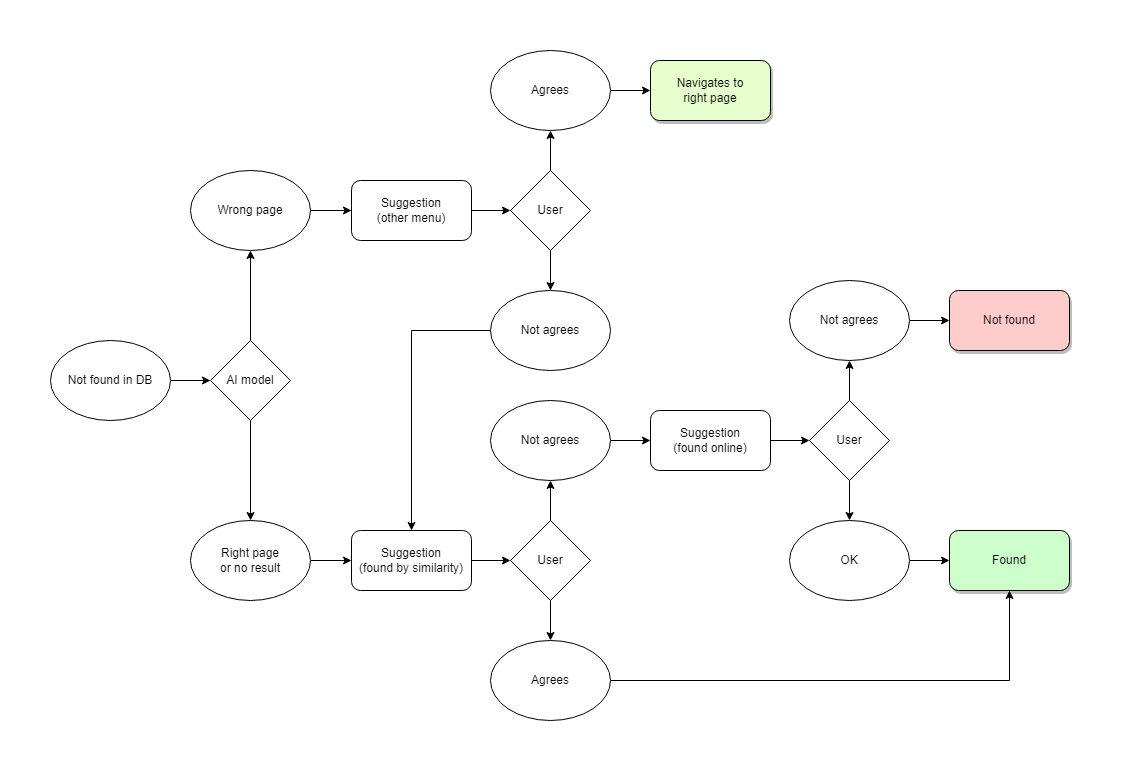
quimifyapp/api keeps this draw.io diagram as doc/inorganic-suggestions.png. Above is the earlier version. Source tidied: cells renumbered, new cells last; positions are measured from the earlier drawing's top-left corner, leaving out a move shared by most shapes.
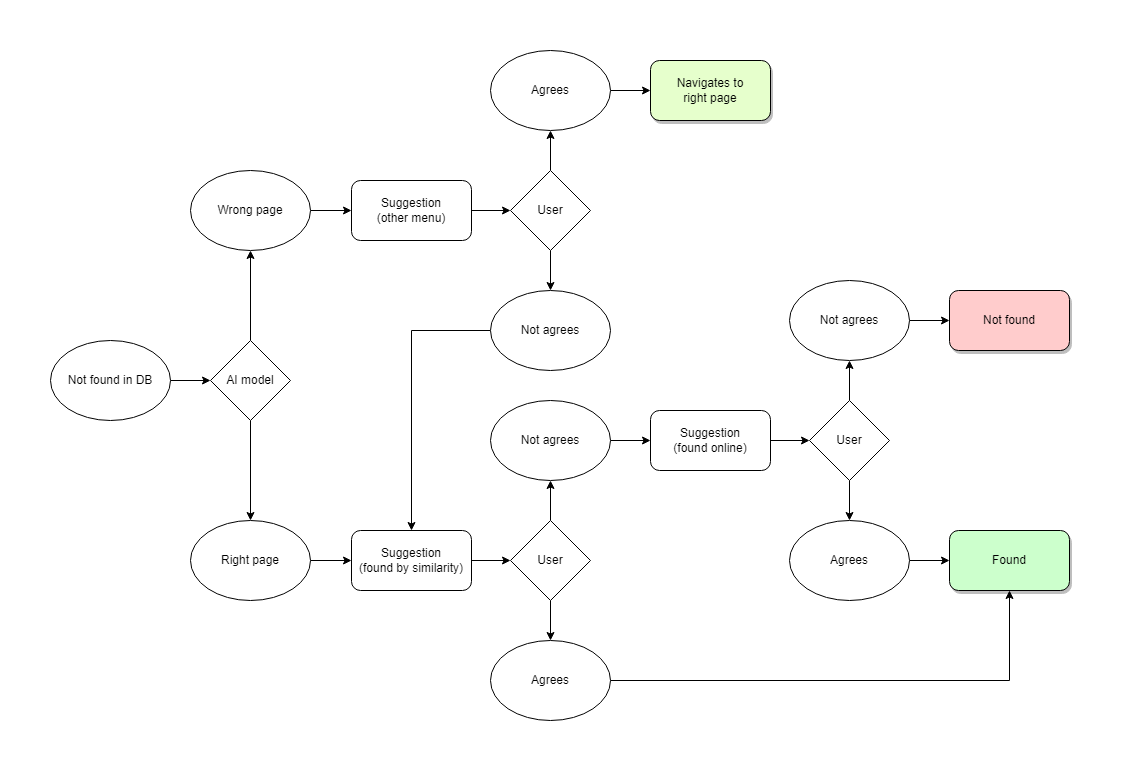
Later version of the same file.

The edit, as a diff of the source:
```diff
@@ -14,7 +14,7 @@
     <mxCell id="5" style="edgeStyle=none;rounded=0;jettySize=auto;html=1;exitX=1;exitY=0.5;exitDx=0;exitDy=0;entryX=0;entryY=0.5;entryDx=0;entryDy=0;" parent="1" edge="1" source="6" target="10">
       <mxGeometry relative="1" as="geometry" />
     </mxCell>
-    <mxCell id="6" value="Right page&lt;br&gt;or no result" style="ellipse;whiteSpace=wrap;html=1;" parent="1" vertex="1">
+    <mxCell id="6" value="Right page" style="ellipse;whiteSpace=wrap;html=1;" parent="1" vertex="1">
       <mxGeometry x="140" y="470" width="120" height="80" as="geometry" />
     </mxCell>
     <mxCell id="7" style="edgeStyle=none;rounded=0;jettySize=auto;html=1;exitX=1;exitY=0.5;exitDx=0;exitDy=0;entryX=0;entryY=0.5;entryDx=0;entryDy=0;" parent="1" edge="1" source="8" target="12">
@@ -118,7 +118,7 @@
     <mxCell id="37" style="edgeStyle=none;rounded=0;jettySize=auto;html=1;exitX=1;exitY=0.5;exitDx=0;exitDy=0;entryX=0;entryY=0.5;entryDx=0;entryDy=0;" parent="1" edge="1" source="38" target="20">
       <mxGeometry relative="1" as="geometry" />
     </mxCell>
-    <mxCell id="38" value="OK" style="ellipse;whiteSpace=wrap;html=1;" parent="1" vertex="1">
+    <mxCell id="38" value="Agrees" style="ellipse;whiteSpace=wrap;html=1;" parent="1" vertex="1">
       <mxGeometry x="739" y="470" width="120" height="80" as="geometry" />
     </mxCell>
     <mxCell id="39" style="edgeStyle=none;rounded=0;jettySize=auto;html=1;exitX=1;exitY=0.5;exitDx=0;exitDy=0;entryX=0;entryY=0.5;entryDx=0;entryDy=0;" parent="1" edge="1" source="40" target="4">
```
